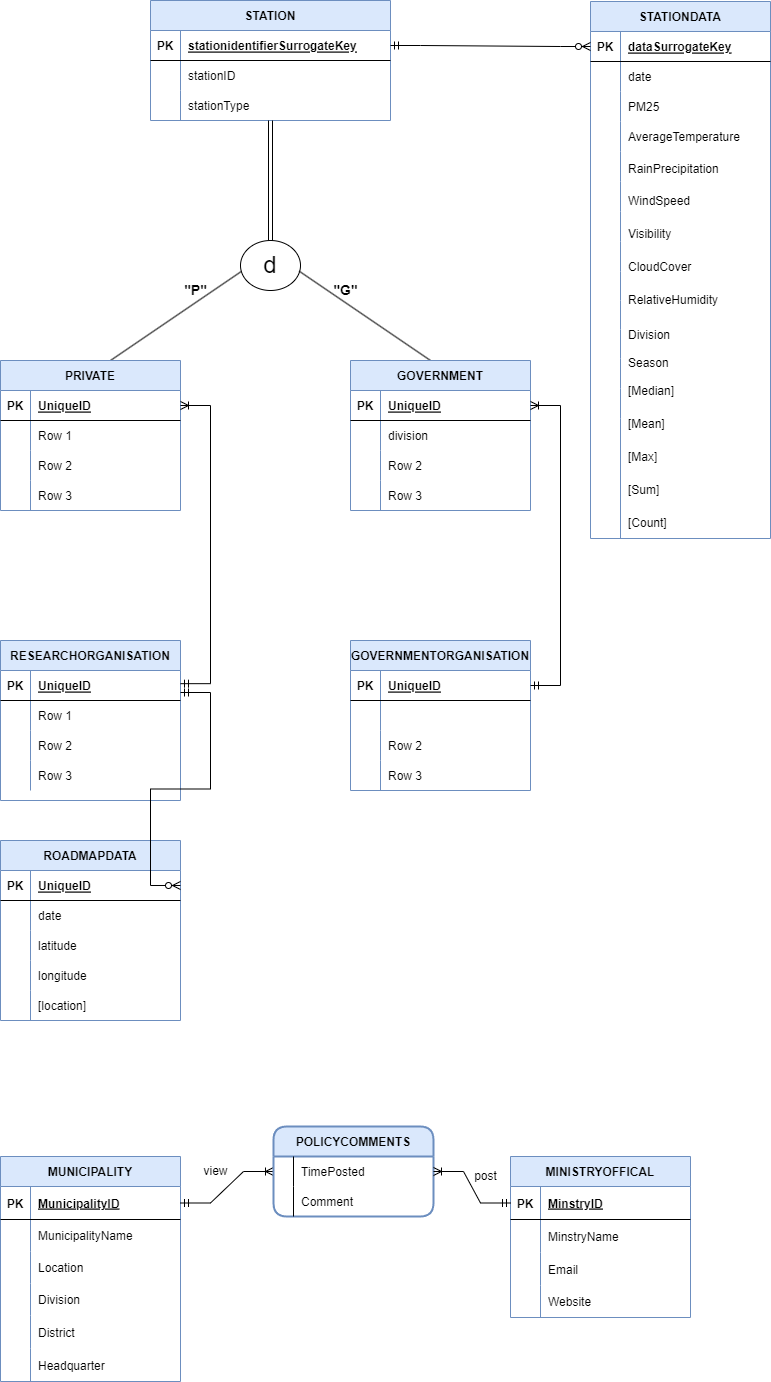
Before: ERDFinal.drawio.png, a diagram exported from draw.io (toushifhossain1/AirQualityMonitoringOfBangladesh). Source tidied: cells renumbered, new cells last; positions are measured from the earlier drawing's top-left corner, leaving out a move shared by most shapes.
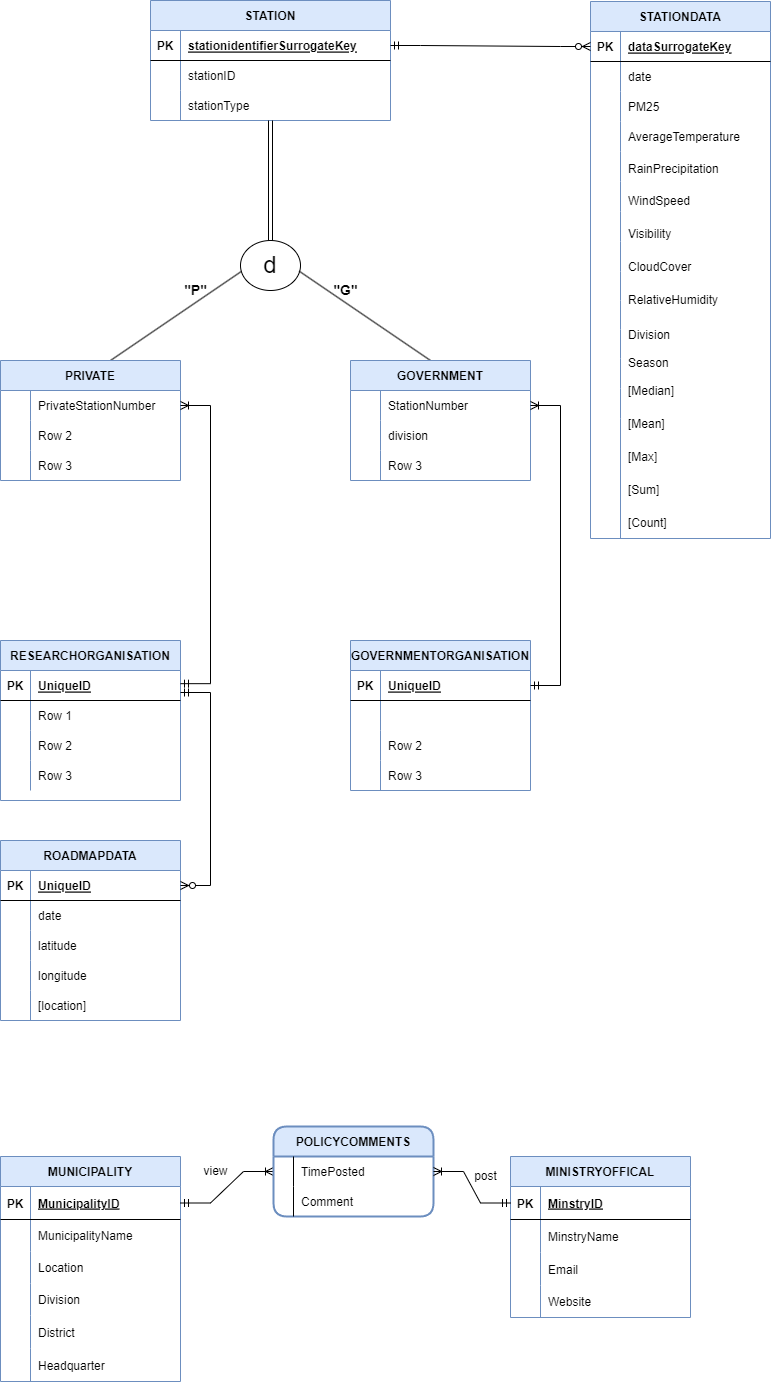
After the commit.

Change to the diagram source:
```diff
@@ -313,28 +313,19 @@
       <mxGeometry x="263" y="120" width="10" height="120" as="geometry" />
     </mxCell>
     <mxCell id="104" value="PRIVATE" style="shape=table;startSize=30;rowLines=0;fontStyle=1;align=center;fillColor=#DAE8FC;strokeColor=#6C8EBF;" parent="1" vertex="1">
-      <mxGeometry y="360" width="180" height="150" as="geometry" />
+      <mxGeometry y="360" width="180" height="120" as="geometry" />
     </mxCell>
-    <mxCell id="105" style="shape=tableRow;horizontal=0;startSize=0;swimlaneHead=0;swimlaneBody=0;fillColor=none;points=[[0,0.5],[1,0.5]];portConstraint=eastwest;top=0;left=0;right=0;bottom=1;" parent="104" vertex="1">
-      <mxGeometry y="30" width="180" height="30" as="geometry" />
-    </mxCell>
-    <mxCell id="106" value="PK" style="shape=partialRectangle;fillColor=none;top=0;left=0;bottom=0;right=0;fontStyle=1;overflow=hidden;" parent="105" vertex="1">
-      <mxGeometry width="30" height="30" as="geometry" />
-    </mxCell>
-    <mxCell id="107" value="UniqueID" style="shape=partialRectangle;fillColor=none;top=0;left=0;bottom=0;right=0;align=left;spacingLeft=6;fontStyle=5;overflow=hidden;" parent="105" vertex="1">
-      <mxGeometry x="30" width="150" height="30" as="geometry" />
-    </mxCell>
     <mxCell id="108" style="shape=tableRow;horizontal=0;startSize=0;swimlaneHead=0;swimlaneBody=0;fillColor=none;points=[[0,0.5],[1,0.5]];portConstraint=eastwest;top=0;left=0;right=0;bottom=0;" parent="104" vertex="1">
-      <mxGeometry y="60" width="180" height="30" as="geometry" />
+      <mxGeometry y="30" width="180" height="30" as="geometry" />
     </mxCell>
     <mxCell id="109" style="shape=partialRectangle;fillColor=none;top=0;left=0;bottom=0;right=0;overflow=hidden;" parent="108" vertex="1">
       <mxGeometry width="30" height="30" as="geometry" />
     </mxCell>
-    <mxCell id="110" value="Row 1" style="shape=partialRectangle;fillColor=none;top=0;left=0;bottom=0;right=0;align=left;spacingLeft=6;overflow=hidden;" parent="108" vertex="1">
+    <mxCell id="110" value="PrivateStationNumber" style="shape=partialRectangle;fillColor=none;top=0;left=0;bottom=0;right=0;align=left;spacingLeft=6;overflow=hidden;" parent="108" vertex="1">
       <mxGeometry x="30" width="150" height="30" as="geometry" />
     </mxCell>
     <mxCell id="111" style="shape=tableRow;horizontal=0;startSize=0;swimlaneHead=0;swimlaneBody=0;fillColor=none;top=0;left=0;right=0;bottom=0;" parent="104" vertex="1">
-      <mxGeometry y="90" width="180" height="30" as="geometry" />
+      <mxGeometry y="60" width="180" height="30" as="geometry" />
     </mxCell>
     <mxCell id="112" style="shape=partialRectangle;fillColor=none;top=0;left=0;bottom=0;right=0;overflow=hidden;" parent="111" vertex="1">
       <mxGeometry width="30" height="30" as="geometry" />
@@ -343,7 +334,7 @@
       <mxGeometry x="30" width="150" height="30" as="geometry" />
     </mxCell>
     <mxCell id="114" style="shape=tableRow;horizontal=0;startSize=0;swimlaneHead=0;swimlaneBody=0;fillColor=none;top=0;left=0;right=0;bottom=0;" parent="104" vertex="1">
-      <mxGeometry y="120" width="180" height="30" as="geometry" />
+      <mxGeometry y="90" width="180" height="30" as="geometry" />
     </mxCell>
     <mxCell id="115" style="shape=partialRectangle;fillColor=none;top=0;left=0;bottom=0;right=0;overflow=hidden;" parent="114" vertex="1">
       <mxGeometry width="30" height="30" as="geometry" />
@@ -352,37 +343,28 @@
       <mxGeometry x="30" width="150" height="30" as="geometry" />
     </mxCell>
     <mxCell id="117" value="GOVERNMENT" style="shape=table;startSize=30;rowLines=0;fontStyle=1;align=center;fillColor=#DAE8FC;strokeColor=#6C8EBF;" parent="1" vertex="1">
-      <mxGeometry x="350" y="360" width="180" height="150" as="geometry" />
+      <mxGeometry x="350" y="360" width="180" height="120" as="geometry" />
     </mxCell>
-    <mxCell id="118" style="shape=tableRow;horizontal=0;startSize=0;swimlaneHead=0;swimlaneBody=0;fillColor=none;points=[[0,0.5],[1,0.5]];portConstraint=eastwest;top=0;left=0;right=0;bottom=1;" parent="117" vertex="1">
-      <mxGeometry y="30" width="180" height="30" as="geometry" />
-    </mxCell>
-    <mxCell id="119" value="PK" style="shape=partialRectangle;fillColor=none;top=0;left=0;bottom=0;right=0;fontStyle=1;overflow=hidden;" parent="118" vertex="1">
-      <mxGeometry width="30" height="30" as="geometry" />
-    </mxCell>
-    <mxCell id="120" value="UniqueID" style="shape=partialRectangle;fillColor=none;top=0;left=0;bottom=0;right=0;align=left;spacingLeft=6;fontStyle=5;overflow=hidden;" parent="118" vertex="1">
-      <mxGeometry x="30" width="150" height="30" as="geometry" />
-    </mxCell>
     <mxCell id="121" style="shape=tableRow;horizontal=0;startSize=0;swimlaneHead=0;swimlaneBody=0;fillColor=none;points=[[0,0.5],[1,0.5]];portConstraint=eastwest;top=0;left=0;right=0;bottom=0;" parent="117" vertex="1">
-      <mxGeometry y="60" width="180" height="30" as="geometry" />
+      <mxGeometry y="30" width="180" height="30" as="geometry" />
     </mxCell>
     <mxCell id="122" style="shape=partialRectangle;fillColor=none;top=0;left=0;bottom=0;right=0;overflow=hidden;" parent="121" vertex="1">
       <mxGeometry width="30" height="30" as="geometry" />
     </mxCell>
-    <mxCell id="123" value="division" style="shape=partialRectangle;fillColor=none;top=0;left=0;bottom=0;right=0;align=left;spacingLeft=6;overflow=hidden;" parent="121" vertex="1">
+    <mxCell id="123" value="StationNumber" style="shape=partialRectangle;fillColor=none;top=0;left=0;bottom=0;right=0;align=left;spacingLeft=6;overflow=hidden;" parent="121" vertex="1">
       <mxGeometry x="30" width="150" height="30" as="geometry" />
     </mxCell>
     <mxCell id="124" style="shape=tableRow;horizontal=0;startSize=0;swimlaneHead=0;swimlaneBody=0;fillColor=none;top=0;left=0;right=0;bottom=0;" parent="117" vertex="1">
-      <mxGeometry y="90" width="180" height="30" as="geometry" />
+      <mxGeometry y="60" width="180" height="30" as="geometry" />
     </mxCell>
     <mxCell id="125" style="shape=partialRectangle;fillColor=none;top=0;left=0;bottom=0;right=0;overflow=hidden;" parent="124" vertex="1">
       <mxGeometry width="30" height="30" as="geometry" />
     </mxCell>
-    <mxCell id="126" value="Row 2" style="shape=partialRectangle;fillColor=none;top=0;left=0;bottom=0;right=0;align=left;spacingLeft=6;overflow=hidden;" parent="124" vertex="1">
+    <mxCell id="126" value="division" style="shape=partialRectangle;fillColor=none;top=0;left=0;bottom=0;right=0;align=left;spacingLeft=6;overflow=hidden;" parent="124" vertex="1">
       <mxGeometry x="30" width="150" height="30" as="geometry" />
     </mxCell>
     <mxCell id="127" style="shape=tableRow;horizontal=0;startSize=0;swimlaneHead=0;swimlaneBody=0;fillColor=none;top=0;left=0;right=0;bottom=0;" parent="117" vertex="1">
-      <mxGeometry y="120" width="180" height="30" as="geometry" />
+      <mxGeometry y="90" width="180" height="30" as="geometry" />
     </mxCell>
     <mxCell id="128" style="shape=partialRectangle;fillColor=none;top=0;left=0;bottom=0;right=0;overflow=hidden;" parent="127" vertex="1">
       <mxGeometry width="30" height="30" as="geometry" />
@@ -491,7 +473,7 @@
         <mxPoint x="180" y="692" as="sourcePoint" />
       </mxGeometry>
     </mxCell>
-    <mxCell id="163" style="edgeStyle=entityRelationEdgeStyle;fontSize=12;html=1;endArrow=ERoneToMany;startArrow=ERmandOne;rounded=0;entryX=1;entryY=0.5;entryDx=0;entryDy=0;exitX=1;exitY=0.439;exitDx=0;exitDy=0;exitPerimeter=0;" parent="1" edge="1" source="131" target="105">
+    <mxCell id="163" style="edgeStyle=entityRelationEdgeStyle;fontSize=12;html=1;endArrow=ERoneToMany;startArrow=ERmandOne;rounded=0;exitX=1;exitY=0.439;exitDx=0;exitDy=0;exitPerimeter=0;" parent="1" edge="1" source="131" target="108">
       <mxGeometry relative="1" as="geometry" />
     </mxCell>
     <mxCell id="164" value="GOVERNMENTORGANISATION" style="shape=table;startSize=30;rowLines=0;fontStyle=1;align=center;fillColor=#DAE8FC;strokeColor=#6C8EBF;" parent="1" vertex="1">
@@ -533,7 +515,7 @@
     <mxCell id="176" value="Row 3" style="shape=partialRectangle;fillColor=none;top=0;left=0;bottom=0;right=0;align=left;spacingLeft=6;overflow=hidden;" parent="174" vertex="1">
       <mxGeometry x="30" width="150" height="30" as="geometry" />
     </mxCell>
-    <mxCell id="177" style="edgeStyle=entityRelationEdgeStyle;fontSize=12;html=1;endArrow=ERoneToMany;startArrow=ERmandOne;rounded=0;entryX=1;entryY=0.5;entryDx=0;entryDy=0;" parent="1" edge="1" source="165" target="118">
+    <mxCell id="177" style="edgeStyle=entityRelationEdgeStyle;fontSize=12;html=1;endArrow=ERoneToMany;startArrow=ERmandOne;rounded=0;entryX=1;entryY=0.5;entryDx=0;entryDy=0;" parent="1" edge="1" source="165" target="121">
       <mxGeometry relative="1" as="geometry" />
     </mxCell>
     <mxCell id="178" value="RainPrecipitation" style="shape=partialRectangle;fillColor=none;top=0;left=0;bottom=0;right=0;align=left;spacingLeft=6;overflow=hidden;" parent="1" vertex="1">
```
